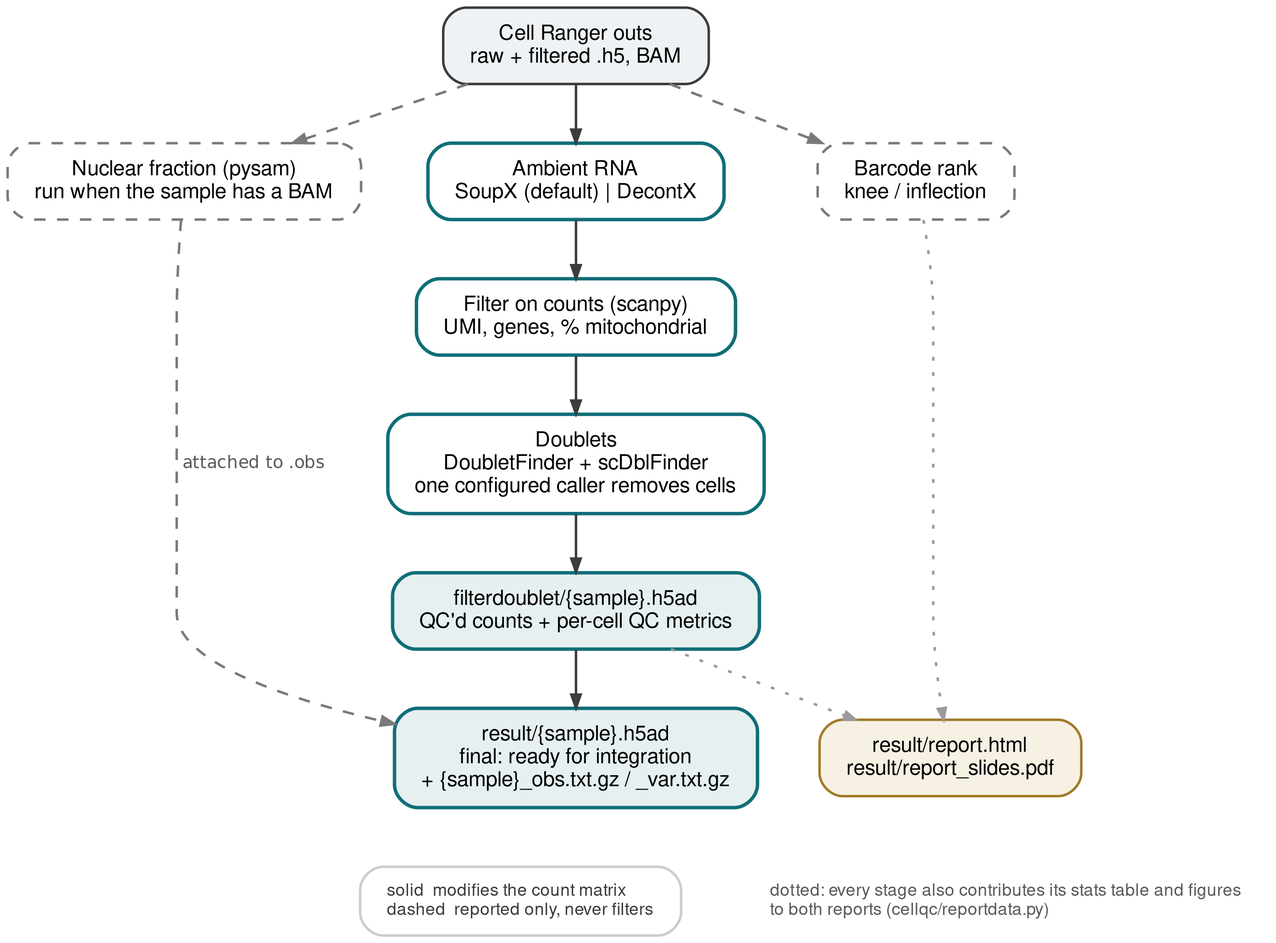
Above: docs/workflow.png in lijinbio/cellqc (Graphviz), before the change. Its source is kept beside it as docs/workflow.dot.
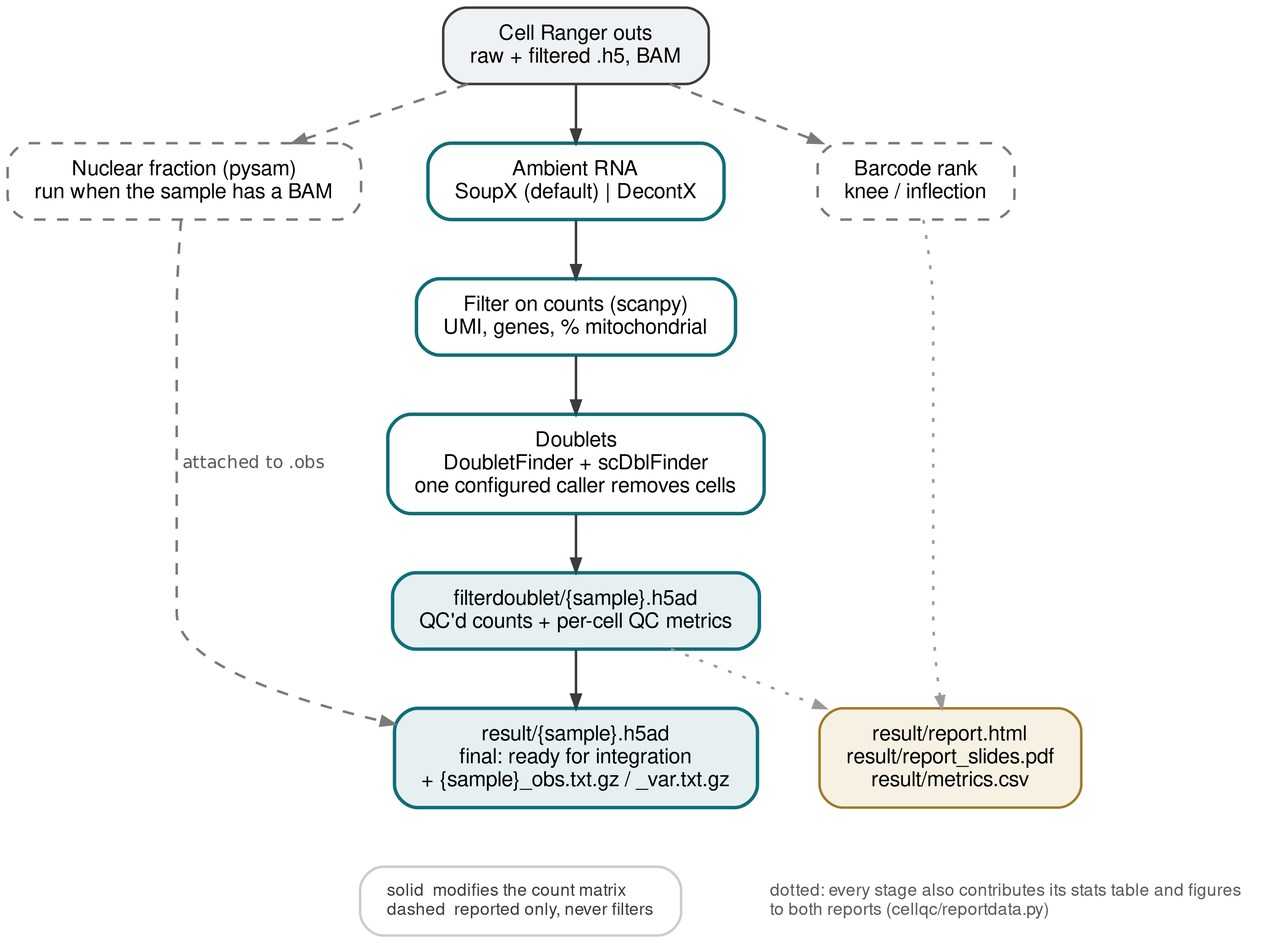
Later version of the same file.

What changed in the source:
```diff
@@ -32,7 +32,7 @@
 	nf   [label="Nuclear fraction (pysam)\nrun when the sample has a BAM",
 		style="rounded,dashed,filled", color="#7a7a7a"];
 
-	reports [label="result/report.html\nresult/report_slides.pdf",
+	reports [label="result/report.html\nresult/report_slides.pdf\nresult/metrics.csv",
 		fillcolor="#f7f1e4", color="#a07a28"];
 
 	/* Main chain, weighted so it stays a straight vertical spine. */
```
